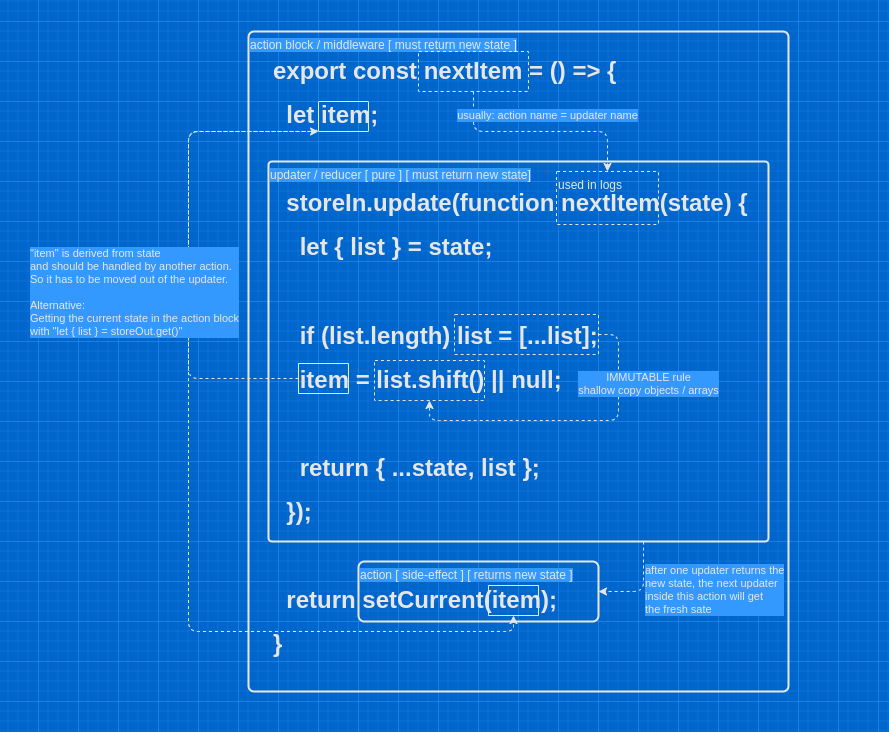
Above: docs/Svelte Store Action Anatomy.png in gitbreaker222/SvelteStore (draw.io), before the change. Source tidied: cells renumbered, new cells last; positions are measured from the earlier drawing's top-left corner, leaving out a move shared by most shapes.
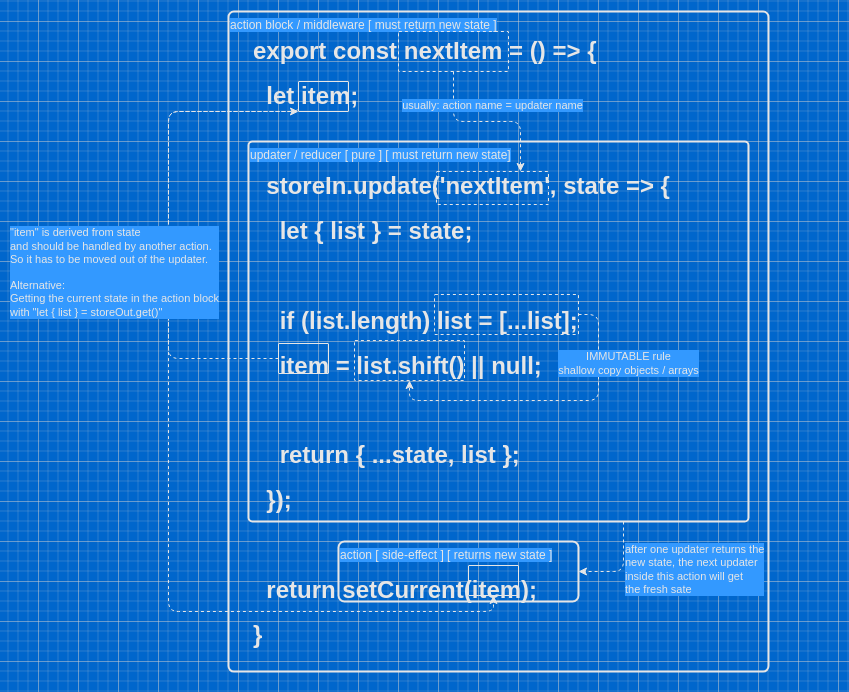
Later version of the same file.

What changed in the source:
```diff
@@ -5,10 +5,10 @@
     <mxCell id="2" value="action block / middleware [ must return new state ]" style="rounded=1;whiteSpace=wrap;html=1;fontColor=#E6E6E6;labelBackgroundColor=#3399FF;fillColor=none;strokeColor=#E6E6E6;strokeWidth=2;arcSize=1;align=left;verticalAlign=top;" parent="1" vertex="1">
       <mxGeometry x="60" width="540" height="660" as="geometry" />
     </mxCell>
-    <mxCell id="3" value="&lt;h1&gt;export const nextItem = () =&amp;gt; {&lt;/h1&gt;&lt;h1&gt;&amp;nbsp; let item;&lt;/h1&gt;&lt;h1&gt;&lt;span style=&quot;white-space: pre&quot;&gt;&#9;&lt;/span&gt;&lt;/h1&gt;&lt;h1&gt;&amp;nbsp; storeIn.update(function nextItem(state) {&lt;/h1&gt;&lt;h1&gt;&amp;nbsp; &amp;nbsp; let { list } = state;&lt;/h1&gt;&lt;h1&gt;&lt;br&gt;&lt;/h1&gt;&lt;h1&gt;&amp;nbsp; &amp;nbsp; if (list.length) list = [...list];&lt;/h1&gt;&lt;h1&gt;&amp;nbsp; &amp;nbsp; item = list.shift() || null;&lt;/h1&gt;&lt;h1&gt;&lt;br&gt;&lt;/h1&gt;&lt;h1&gt;&amp;nbsp; &amp;nbsp; return { ...state, list };&lt;/h1&gt;&lt;h1&gt;&amp;nbsp; });&lt;/h1&gt;&lt;h1&gt;&lt;span style=&quot;white-space: pre&quot;&gt;&#9;&lt;/span&gt;&lt;/h1&gt;&lt;h1&gt;&amp;nbsp; return setCurrent(item);&lt;/h1&gt;&lt;h1&gt;}&lt;/h1&gt;" style="text;html=1;strokeColor=none;fillColor=none;spacing=5;spacingTop=-20;whiteSpace=wrap;overflow=hidden;rounded=0;fontColor=#E6E6E6;labelBackgroundColor=none;" parent="1" vertex="1">
+    <mxCell id="3" value="&lt;h1&gt;export const nextItem = () =&amp;gt; {&lt;/h1&gt;&lt;h1&gt;&amp;nbsp; let item;&lt;/h1&gt;&lt;h1&gt;&lt;span style=&quot;white-space: pre&quot;&gt;&#9;&lt;/span&gt;&lt;/h1&gt;&lt;h1&gt;&amp;nbsp; storeIn.update('nextItem', state =&amp;gt; {&lt;/h1&gt;&lt;h1&gt;&amp;nbsp; &amp;nbsp; let { list } = state;&lt;/h1&gt;&lt;h1&gt;&lt;br&gt;&lt;/h1&gt;&lt;h1&gt;&amp;nbsp; &amp;nbsp; if (list.length) list = [...list];&lt;/h1&gt;&lt;h1&gt;&amp;nbsp; &amp;nbsp; item = list.shift() || null;&lt;/h1&gt;&lt;h1&gt;&lt;br&gt;&lt;/h1&gt;&lt;h1&gt;&amp;nbsp; &amp;nbsp; return { ...state, list };&lt;/h1&gt;&lt;h1&gt;&amp;nbsp; });&lt;/h1&gt;&lt;h1&gt;&lt;span style=&quot;white-space: pre&quot;&gt;&#9;&lt;/span&gt;&lt;/h1&gt;&lt;h1&gt;&amp;nbsp; return setCurrent(item);&lt;/h1&gt;&lt;h1&gt;}&lt;/h1&gt;" style="text;html=1;strokeColor=none;fillColor=none;spacing=5;spacingTop=-20;whiteSpace=wrap;overflow=hidden;rounded=0;fontColor=#E6E6E6;labelBackgroundColor=none;" parent="1" vertex="1">
       <mxGeometry x="80" y="20" width="590" height="650" as="geometry" />
     </mxCell>
-    <mxCell id="4" value="usually: action name = updater name" style="edgeStyle=orthogonalEdgeStyle;jettySize=auto;html=1;exitX=0.5;exitY=1;exitDx=0;exitDy=0;entryX=0.5;entryY=0;entryDx=0;entryDy=0;strokeColor=#E6E6E6;strokeWidth=1;fontColor=#E6E6E6;dashed=1;labelBackgroundColor=#3399FF;" parent="1" edge="1" source="5" target="9">
+    <mxCell id="4" value="usually: action name = updater name" style="edgeStyle=orthogonalEdgeStyle;jettySize=auto;html=1;exitX=0.5;exitY=1;exitDx=0;exitDy=0;entryX=0.75;entryY=0;entryDx=0;entryDy=0;strokeColor=#E6E6E6;strokeWidth=1;fontColor=#E6E6E6;dashed=1;labelBackgroundColor=#3399FF;" parent="1" edge="1" source="5" target="9">
       <mxGeometry x="0.05" y="17" relative="1" as="geometry">
         <mxPoint x="1" y="1" as="offset" />
       </mxGeometry>
@@ -25,8 +25,8 @@
     <mxCell id="8" value="action [ side-effect ] [ returns new state ]" style="rounded=1;whiteSpace=wrap;html=1;fontColor=#E6E6E6;labelBackgroundColor=#3399FF;fillColor=none;strokeColor=#E6E6E6;strokeWidth=2;arcSize=10;align=left;verticalAlign=top;" parent="1" vertex="1">
       <mxGeometry x="170" y="530" width="240" height="60" as="geometry" />
     </mxCell>
-    <mxCell id="9" value="used in logs" style="rounded=1;whiteSpace=wrap;html=1;fontColor=#E6E6E6;labelBackgroundColor=none;fillColor=none;strokeColor=#E6E6E6;strokeWidth=1;arcSize=1;dashed=1;verticalAlign=top;align=left;" parent="1" vertex="1">
-      <mxGeometry x="368" y="140" width="102" height="53" as="geometry" />
+    <mxCell id="9" style="rounded=1;whiteSpace=wrap;html=1;fontColor=#E6E6E6;labelBackgroundColor=none;fillColor=none;strokeColor=#E6E6E6;strokeWidth=1;arcSize=1;dashed=1;verticalAlign=top;align=left;" parent="1" vertex="1">
+      <mxGeometry x="268" y="160" width="112" height="33" as="geometry" />
     </mxCell>
     <mxCell id="10" value="IMMUTABLE rule&lt;br&gt;shallow copy objects / arrays" style="edgeStyle=orthogonalEdgeStyle;jettySize=auto;html=1;exitX=1;exitY=0.5;exitDx=0;exitDy=0;entryX=0.5;entryY=1;entryDx=0;entryDy=0;dashed=1;labelBackgroundColor=#3399FF;strokeColor=#E6E6E6;strokeWidth=1;fontColor=#E6E6E6;" parent="1" edge="1" source="11" target="12">
       <mxGeometry x="-0.56" y="30" relative="1" as="geometry" />
```
